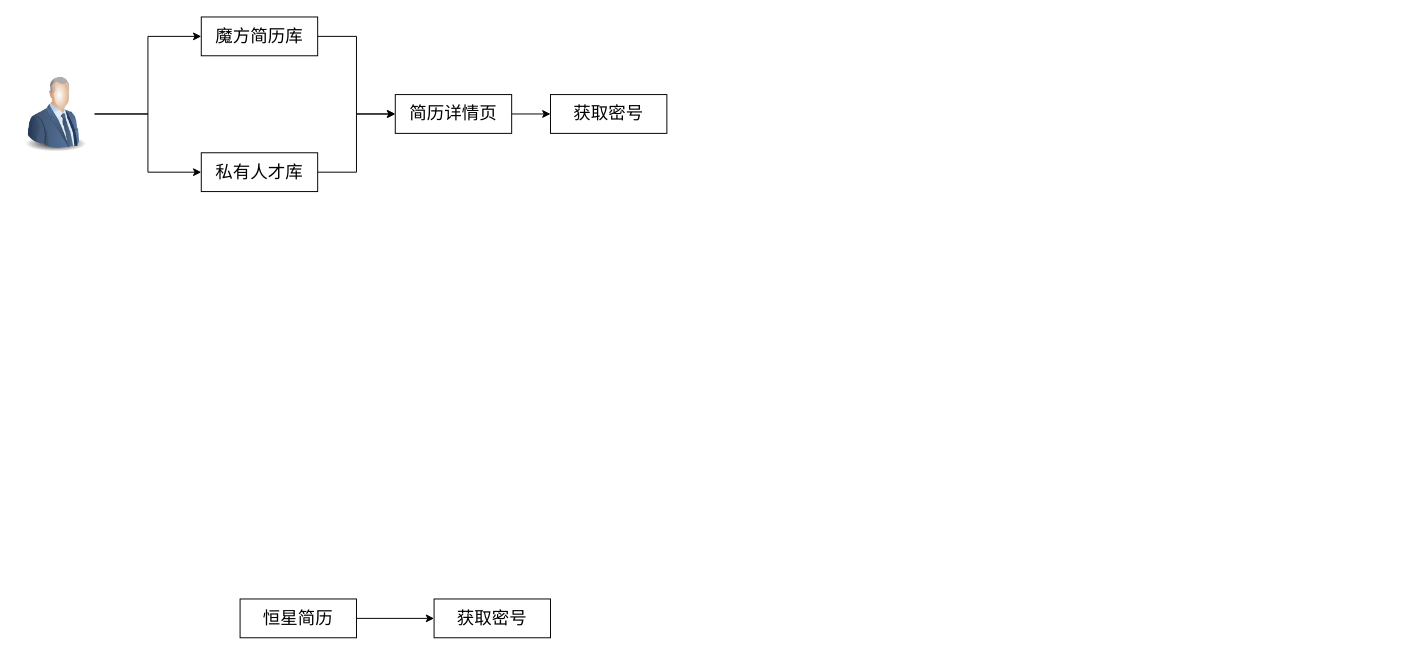
LuOyEbY/draw-b keeps this draw.io diagram as 魔方简历密号体系建设.drawio. Above is the earlier version. Source tidied: cells renumbered, new cells numbered last; positions are measured from the earlier drawing's top-left corner, leaving out a move shared by most shapes. Both pictures are drawn from the tidied source at 97%, with x=0, y=0 at pixel (16, 16).
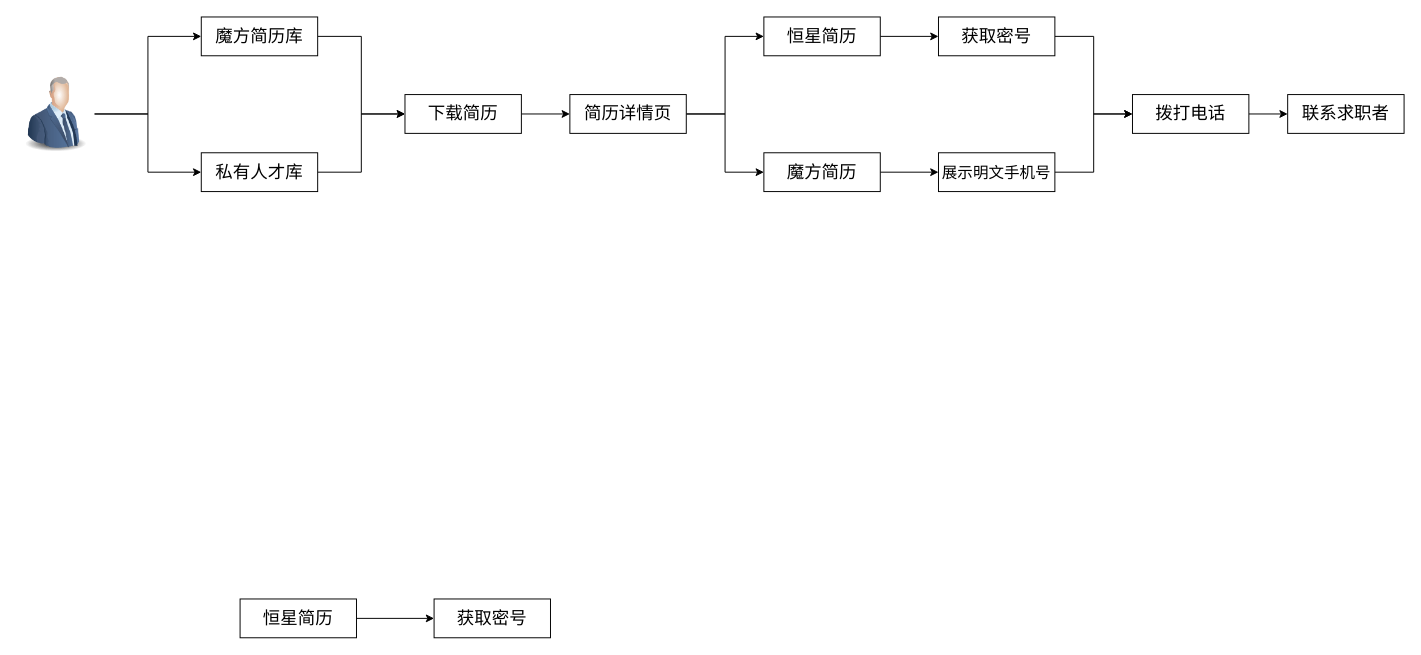
After the change.

Commit message (it also covers changes not shown here):
更新魔方简历密号体系建设.drawio

Unchanged cells that the change refers to:
```xml
<mxCell id="6" value="魔方简历库" style="rounded=0;whiteSpace=wrap;html=1;fontSize=18;" parent="1" vertex="1">
  <mxGeometry x="190" width="120" height="40" as="geometry" />
</mxCell>
<mxCell id="11" value="私有人才库" style="rounded=0;whiteSpace=wrap;html=1;fontSize=18;" parent="1" vertex="1">
  <mxGeometry x="190" y="140" width="120" height="40" as="geometry" />
</mxCell>
```

Change to the diagram source:
```diff
@@
-    <mxCell id="5" style="edgeStyle=orthogonalEdgeStyle;rounded=0;jettySize=auto;html=1;entryX=0;entryY=0.5;entryDx=0;entryDy=0;" parent="1" edge="1" source="6" target="13">
-      <mxGeometry relative="1" as="geometry" />
-    </mxCell>
+    <mxCell id="15" style="edgeStyle=orthogonalEdgeStyle;rounded=0;jettySize=auto;html=1;entryX=0;entryY=0.5;entryDx=0;entryDy=0;" parent="1" edge="1" source="6" target="24">
+      <mxGeometry relative="1" as="geometry" />
+    </mxCell>
@@
-    <mxCell id="10" style="edgeStyle=orthogonalEdgeStyle;rounded=0;jettySize=auto;html=1;entryX=0;entryY=0.5;entryDx=0;entryDy=0;" parent="1" edge="1" source="11" target="13">
-      <mxGeometry relative="1" as="geometry" />
-    </mxCell>
+    <mxCell id="16" style="edgeStyle=orthogonalEdgeStyle;rounded=0;jettySize=auto;html=1;entryX=0;entryY=0.5;entryDx=0;entryDy=0;" parent="1" edge="1" source="11" target="24">
+      <mxGeometry relative="1" as="geometry" />
+    </mxCell>
@@
-    <mxCell id="12" style="edgeStyle=orthogonalEdgeStyle;rounded=0;jettySize=auto;html=1;" parent="1" edge="1" source="13" target="14">
-      <mxGeometry relative="1" as="geometry" />
-    </mxCell>
+    <mxCell id="17" style="edgeStyle=orthogonalEdgeStyle;rounded=0;jettySize=auto;html=1;entryX=0;entryY=0.5;entryDx=0;entryDy=0;" parent="1" edge="1" source="13" target="22">
+      <mxGeometry relative="1" as="geometry" />
+    </mxCell>
+    <mxCell id="18" style="edgeStyle=orthogonalEdgeStyle;rounded=0;jettySize=auto;html=1;entryX=0;entryY=0.5;entryDx=0;entryDy=0;" parent="1" edge="1" source="13" target="20">
+      <mxGeometry relative="1" as="geometry" />
+    </mxCell>
     <mxCell id="13" value="简历详情页" style="rounded=0;whiteSpace=wrap;html=1;fontSize=18;" parent="1" vertex="1">
-      <mxGeometry x="390" y="80" width="120" height="40" as="geometry" />
+      <mxGeometry x="570" y="80" width="120" height="40" as="geometry" />
     </mxCell>
+    <mxCell id="19" style="edgeStyle=orthogonalEdgeStyle;rounded=0;jettySize=auto;html=1;" parent="1" edge="1" source="20" target="14">
+      <mxGeometry relative="1" as="geometry" />
+    </mxCell>
+    <mxCell id="20" value="恒星简历" style="rounded=0;whiteSpace=wrap;html=1;fontSize=18;" parent="1" vertex="1">
+      <mxGeometry x="770" width="120" height="40" as="geometry" />
+    </mxCell>
+    <mxCell id="21" style="edgeStyle=orthogonalEdgeStyle;rounded=0;jettySize=auto;html=1;" parent="1" edge="1" source="22" target="29">
+      <mxGeometry relative="1" as="geometry" />
+    </mxCell>
+    <mxCell id="22" value="魔方简历" style="rounded=0;whiteSpace=wrap;html=1;fontSize=18;" parent="1" vertex="1">
+      <mxGeometry x="770" y="140" width="120" height="40" as="geometry" />
+    </mxCell>
+    <mxCell id="23" style="edgeStyle=orthogonalEdgeStyle;rounded=0;jettySize=auto;html=1;entryX=0;entryY=0.5;entryDx=0;entryDy=0;" parent="1" edge="1" source="24" target="13">
+      <mxGeometry relative="1" as="geometry" />
+    </mxCell>
+    <mxCell id="24" value="下载简历" style="rounded=0;whiteSpace=wrap;html=1;fontSize=18;" parent="1" vertex="1">
+      <mxGeometry x="400" y="80" width="120" height="40" as="geometry" />
+    </mxCell>
+    <mxCell id="25" style="edgeStyle=orthogonalEdgeStyle;rounded=0;jettySize=auto;html=1;entryX=0;entryY=0.5;entryDx=0;entryDy=0;" parent="1" edge="1" source="14" target="27">
+      <mxGeometry relative="1" as="geometry" />
+    </mxCell>
     <mxCell id="14" value="获取密号" style="rounded=0;whiteSpace=wrap;html=1;fontSize=18;" parent="1" vertex="1">
-      <mxGeometry x="550" y="80" width="120" height="40" as="geometry" />
+      <mxGeometry x="950" width="120" height="40" as="geometry" />
     </mxCell>
+    <mxCell id="26" style="edgeStyle=orthogonalEdgeStyle;rounded=0;jettySize=auto;html=1;" parent="1" edge="1" source="27" target="30">
+      <mxGeometry relative="1" as="geometry" />
+    </mxCell>
+    <mxCell id="27" value="拨打电话" style="rounded=0;whiteSpace=wrap;html=1;fontSize=18;" parent="1" vertex="1">
+      <mxGeometry x="1150" y="80" width="120" height="40" as="geometry" />
+    </mxCell>
+    <mxCell id="28" style="edgeStyle=orthogonalEdgeStyle;rounded=0;jettySize=auto;html=1;entryX=0;entryY=0.5;entryDx=0;entryDy=0;" parent="1" edge="1" source="29" target="27">
+      <mxGeometry relative="1" as="geometry" />
+    </mxCell>
+    <mxCell id="29" value="展示明文手机号" style="rounded=0;whiteSpace=wrap;html=1;fontSize=16;" parent="1" vertex="1">
+      <mxGeometry x="950" y="140" width="120" height="40" as="geometry" />
+    </mxCell>
+    <mxCell id="30" value="联系求职者" style="rounded=0;whiteSpace=wrap;html=1;fontSize=18;" parent="1" vertex="1">
+      <mxGeometry x="1310" y="80" width="120" height="40" as="geometry" />
+    </mxCell>
```
